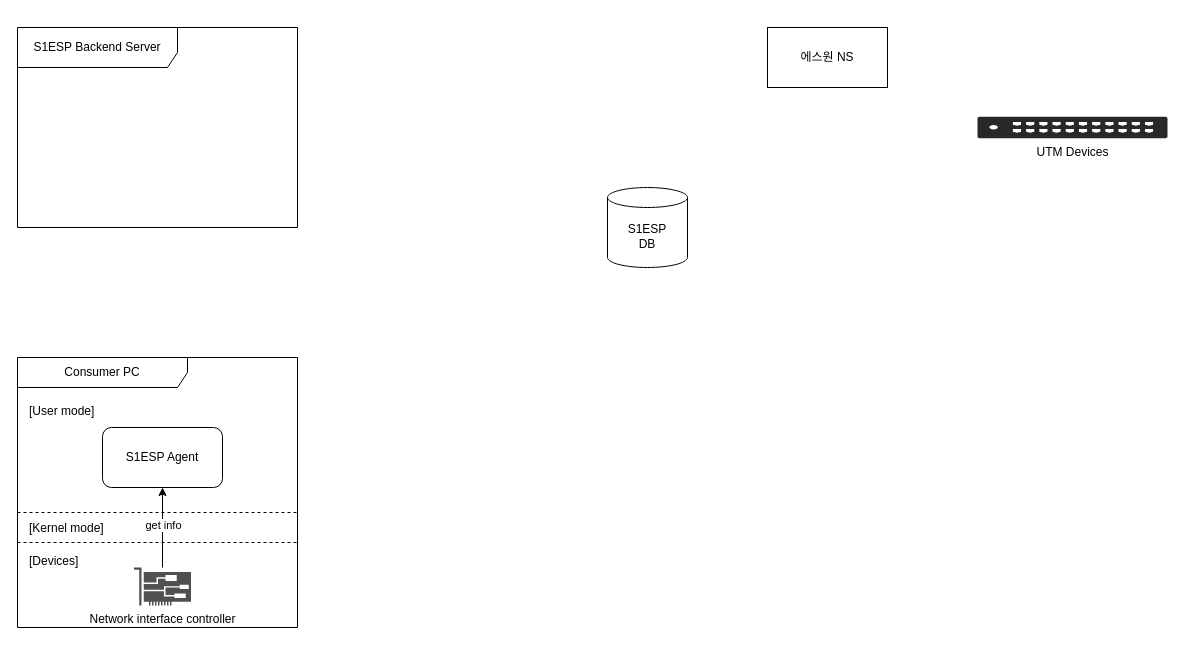
djcho/draw-io-repo keeps this draw.io diagram as utm-s1ns.drawio. Above is the earlier version. Source tidied: cells renumbered, new cells numbered last; positions are measured from the earlier drawing's top-left corner, leaving out a move shared by most shapes. Both pictures are drawn from the tidied source at 100%, with x=0, y=0 at pixel (17, 27).
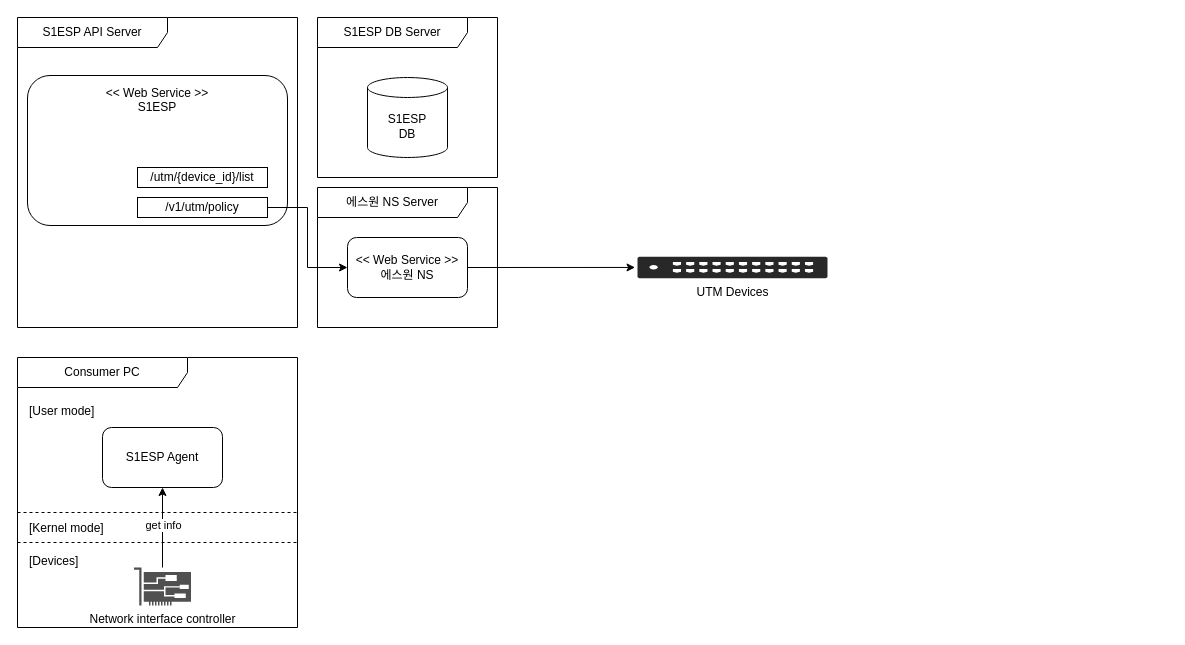
After the change.

Diff of the diagram source:
```diff
@@
+    <mxCell id="16" value="&amp;lt;&amp;lt; Web Service&lt;span style=&quot;background-color: initial;&quot;&gt;&amp;nbsp;&amp;gt;&amp;gt;&lt;/span&gt;&lt;div&gt;S1ESP&lt;div&gt;&lt;br&gt;&lt;/div&gt;&lt;div&gt;&lt;br&gt;&lt;/div&gt;&lt;div&gt;&lt;br&gt;&lt;/div&gt;&lt;div&gt;&lt;br&gt;&lt;/div&gt;&lt;div&gt;&lt;br&gt;&lt;/div&gt;&lt;div&gt;&lt;br&gt;&lt;/div&gt;&lt;div&gt;&lt;br&gt;&lt;/div&gt;&lt;/div&gt;" style="rounded=1;whiteSpace=wrap;html=1;" parent="1" vertex="1">
+      <mxGeometry x="10" y="48" width="260" height="150" as="geometry" />
+    </mxCell>
-    <mxCell id="2" value="S1ESP Backend Server" style="shape=umlFrame;whiteSpace=wrap;html=1;width=160;height=40;" parent="1" vertex="1">
-      <mxGeometry width="280" height="200" as="geometry" />
+    <mxCell id="2" value="S1ESP API Server" style="shape=umlFrame;whiteSpace=wrap;html=1;width=150;height=30;" parent="1" vertex="1">
+      <mxGeometry y="-10" width="280" height="310" as="geometry" />
     </mxCell>
-    <mxCell id="3" value="에스원 NS" style="rounded=0;whiteSpace=wrap;html=1;" parent="1" vertex="1">
-      <mxGeometry x="750" width="120" height="60" as="geometry" />
-    </mxCell>
@@
     <mxCell id="14" value="S1ESP&lt;br&gt;DB" style="shape=cylinder3;whiteSpace=wrap;html=1;boundedLbl=1;backgroundOutline=1;size=10;" parent="1" vertex="1">
-      <mxGeometry x="590" y="160" width="80" height="80" as="geometry" />
+      <mxGeometry x="350" y="50" width="80" height="80" as="geometry" />
     </mxCell>
     <mxCell id="15" value="UTM Devices" style="verticalLabelPosition=bottom;sketch=0;html=1;fillColor=#282828;strokeColor=none;verticalAlign=top;align=center;shape=mxgraph.cisco_safe.security_icons.utm;" parent="1" vertex="1">
-      <mxGeometry x="960" y="89.2" width="190" height="21.5" as="geometry" />
+      <mxGeometry x="620" y="229.2" width="190" height="21.5" as="geometry" />
     </mxCell>
+    <mxCell id="17" style="rounded=0;jettySize=auto;html=1;exitX=1;exitY=0.5;exitDx=0;exitDy=0;entryX=-0.013;entryY=0.5;entryDx=0;entryDy=0;entryPerimeter=0;" parent="1" edge="1" source="20" target="15">
+      <mxGeometry relative="1" as="geometry" />
+    </mxCell>
+    <mxCell id="18" value="S1ESP DB Server" style="shape=umlFrame;whiteSpace=wrap;html=1;width=150;height=30;" parent="1" vertex="1">
+      <mxGeometry x="300" y="-10" width="180" height="160" as="geometry" />
+    </mxCell>
+    <mxCell id="19" value="에스원 NS Server" style="shape=umlFrame;whiteSpace=wrap;html=1;width=150;height=30;" parent="1" vertex="1">
+      <mxGeometry x="300" y="160" width="180" height="140" as="geometry" />
+    </mxCell>
+    <mxCell id="20" value="&amp;lt;&amp;lt; Web Service &amp;gt;&amp;gt;&lt;br&gt;에스원 NS" style="rounded=1;whiteSpace=wrap;html=1;" parent="1" vertex="1">
+      <mxGeometry x="330" y="210" width="120" height="60" as="geometry" />
+    </mxCell>
+    <mxCell id="21" style="edgeStyle=orthogonalEdgeStyle;rounded=0;jettySize=auto;html=1;entryX=0;entryY=0.5;entryDx=0;entryDy=0;" parent="1" edge="1" source="22" target="20">
+      <mxGeometry relative="1" as="geometry" />
+    </mxCell>
+    <mxCell id="22" value="/v1/utm/policy" style="rounded=0;whiteSpace=wrap;html=1;" parent="1" vertex="1">
+      <mxGeometry x="120" y="170" width="130" height="20" as="geometry" />
+    </mxCell>
+    <mxCell id="23" value="/utm/{device_id}&lt;span style=&quot;background-color: initial;&quot;&gt;/list&lt;/span&gt;" style="rounded=0;whiteSpace=wrap;html=1;" parent="1" vertex="1">
+      <mxGeometry x="120" y="140" width="130" height="20" as="geometry" />
+    </mxCell>
```
